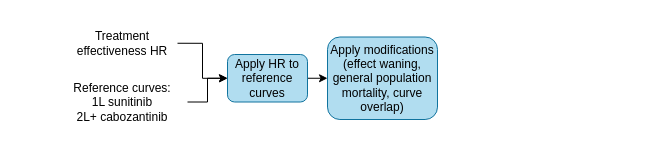
nice-digital/NICE-model-repo keeps this draw.io diagram as docs/images/detailed_stage34.drawio. Above is the earlier version. Source tidied: cells renumbered, new cells numbered last; positions are measured from the earlier drawing's top-left corner, leaving out a move shared by most shapes. Both pictures are drawn from the tidied source at 100%, with x=0, y=0 at pixel (57, 24).
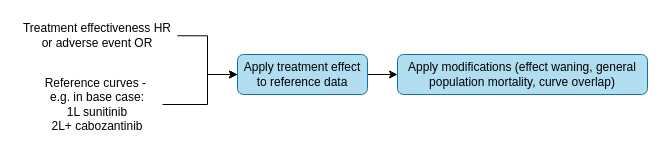
The same page after the edit.

The edit, as a diff of the source:
```diff
@@
 <mxGraphModel>
   <root>
     <mxCell id="0" />
     <mxCell id="1" parent="0" />
     <mxCell id="2" style="edgeStyle=orthogonalEdgeStyle;rounded=0;jettySize=auto;html=1;exitX=1;exitY=0.5;exitDx=0;exitDy=0;entryX=0;entryY=0.5;entryDx=0;entryDy=0;" parent="1" edge="1" source="3" target="7">
-      <mxGeometry relative="1" as="geometry" />
+      <mxGeometry relative="1" as="geometry">
+        <Array as="points">
+          <mxPoint x="150" y="80" />
+          <mxPoint x="150" y="50" />
+        </Array>
+      </mxGeometry>
     </mxCell>
-    <mxCell id="3" value="Reference curves:&lt;div&gt;1L sunitinib&lt;/div&gt;&lt;div&gt;2L+ cabozantinib&lt;/div&gt;" style="rounded=1;whiteSpace=wrap;html=1;fillColor=none;strokeColor=none;" parent="1" vertex="1">
-      <mxGeometry y="57.5" width="130" height="40" as="geometry" />
+    <mxCell id="3" value="Reference curves -&amp;nbsp;&lt;div&gt;e.g. in base case:&lt;div&gt;1L sunitinib&lt;/div&gt;&lt;div&gt;2L+ cabozantinib&lt;/div&gt;&lt;/div&gt;" style="rounded=1;whiteSpace=wrap;html=1;fillColor=none;strokeColor=none;" parent="1" vertex="1">
+      <mxGeometry x="-25" y="60" width="130" height="40" as="geometry" />
     </mxCell>
     <mxCell id="4" style="edgeStyle=orthogonalEdgeStyle;rounded=0;jettySize=auto;html=1;exitX=1;exitY=0.5;exitDx=0;exitDy=0;entryX=0;entryY=0.5;entryDx=0;entryDy=0;" parent="1" edge="1" source="5" target="7">
       <mxGeometry relative="1" as="geometry" />
     </mxCell>
-    <mxCell id="5" value="Treatment effectiveness HR" style="rounded=1;whiteSpace=wrap;html=1;fillColor=none;strokeColor=none;" parent="1" vertex="1">
-      <mxGeometry x="10" width="110" height="37.5" as="geometry" />
+    <mxCell id="5" value="Treatment effectiveness HR&lt;div&gt;or adverse event OR&lt;/div&gt;" style="rounded=1;whiteSpace=wrap;html=1;fillColor=none;strokeColor=none;" parent="1" vertex="1">
+      <mxGeometry x="-40" y="-7.5" width="160" height="37.5" as="geometry" />
     </mxCell>
     <mxCell id="6" style="edgeStyle=orthogonalEdgeStyle;rounded=0;jettySize=auto;html=1;exitX=1;exitY=0.5;exitDx=0;exitDy=0;entryX=0;entryY=0.5;entryDx=0;entryDy=0;" parent="1" edge="1" source="7" target="8">
       <mxGeometry relative="1" as="geometry" />
     </mxCell>
-    <mxCell id="7" value="Apply HR to reference curves" style="rounded=1;whiteSpace=wrap;html=1;fillColor=#b1ddf0;strokeColor=#10739e;" parent="1" vertex="1">
-      <mxGeometry x="170" y="30" width="80" height="47.5" as="geometry" />
+    <mxCell id="7" value="Apply treatment effect to reference data" style="rounded=1;whiteSpace=wrap;html=1;fillColor=#b1ddf0;strokeColor=#10739e;" parent="1" vertex="1">
+      <mxGeometry x="180" y="30" width="130" height="40" as="geometry" />
     </mxCell>
     <mxCell id="8" value="Apply modifications (effect waning, general population mortality, curve overlap)" style="rounded=1;whiteSpace=wrap;html=1;fillColor=#b1ddf0;strokeColor=#10739e;" parent="1" vertex="1">
-      <mxGeometry x="270" y="12.5" width="110" height="82.5" as="geometry" />
+      <mxGeometry x="340" y="30" width="250" height="40" as="geometry" />
     </mxCell>
   </root>
 </mxGraphModel>
```
